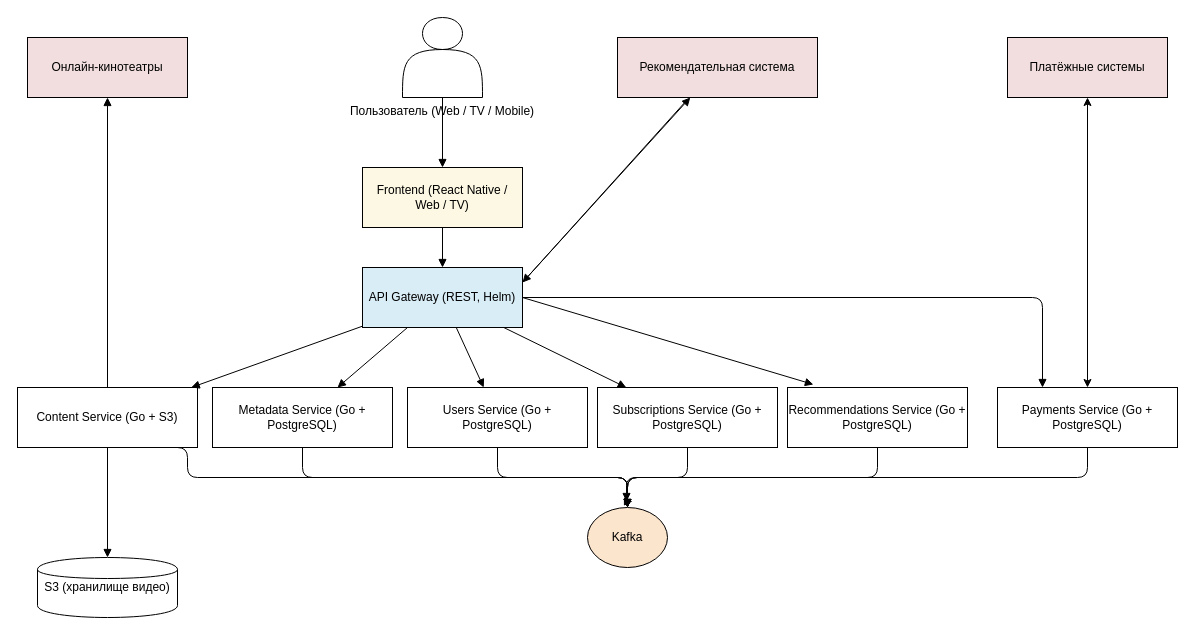
The draw.io diagram kinobezdna_to_be_architecture.drawio in hisamatsu-ya/IG_Sprint2, before the edit. Source tidied: cells renumbered, new cells numbered last; positions are measured from the earlier drawing's top-left corner, leaving out a move shared by most shapes. Both pictures are drawn from the tidied source at 100%, with x=0, y=0 at pixel (17, 17).
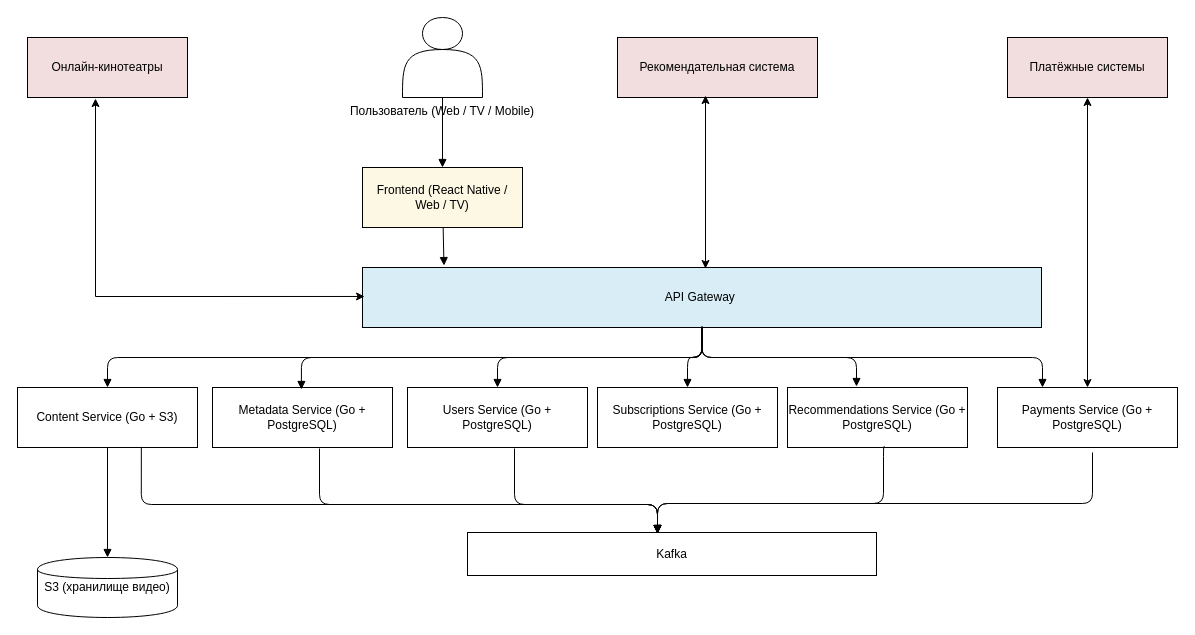
Above is the later version.

Unchanged cells that the change refers to:
```xml
<mxCell id="3" value="Frontend (React Native / Web / TV)" style="shape=rectangle;whiteSpace=wrap;html=1;fillColor=#FCF8E3;" parent="1" vertex="1">
  <mxGeometry x="345" y="150" width="160" height="60" as="geometry" />
</mxCell>
<mxCell id="5" value="Users Service (Go + PostgreSQL)" style="shape=rectangle;whiteSpace=wrap;html=1;" parent="1" vertex="1">
  <mxGeometry x="390" y="370" width="180" height="60" as="geometry" />
</mxCell>
<mxCell id="6" value="Subscriptions Service (Go + PostgreSQL)" style="shape=rectangle;whiteSpace=wrap;html=1;" parent="1" vertex="1">
  <mxGeometry x="580" y="370" width="180" height="60" as="geometry" />
</mxCell>
<mxCell id="7" value="Metadata Service (Go + PostgreSQL)" style="shape=rectangle;whiteSpace=wrap;html=1;" parent="1" vertex="1">
  <mxGeometry x="195" y="370" width="180" height="60" as="geometry" />
</mxCell>
<mxCell id="8" value="Content Service (Go + S3)" style="shape=rectangle;whiteSpace=wrap;html=1;" parent="1" vertex="1">
  <mxGeometry y="370" width="180" height="60" as="geometry" />
</mxCell>
<mxCell id="10" value="Рекомендательная система" style="shape=rectangle;whiteSpace=wrap;html=1;fillColor=#F2DEDE;" parent="1" vertex="1">
  <mxGeometry x="600" y="20" width="200" height="60" as="geometry" />
</mxCell>
<mxCell id="13" value="Онлайн-кинотеатры" style="shape=rectangle;whiteSpace=wrap;html=1;fillColor=#F2DEDE;" parent="1" vertex="1">
  <mxGeometry x="10" y="20" width="160" height="60" as="geometry" />
</mxCell>
<mxCell id="28" value="Payments Service (Go + PostgreSQL)" style="shape=rectangle;whiteSpace=wrap;html=1;" parent="1" vertex="1">
  <mxGeometry x="980" y="370" width="180" height="60" as="geometry" />
</mxCell>
<mxCell id="31" value="Recommendations Service (Go + PostgreSQL)" style="shape=rectangle;whiteSpace=wrap;html=1;" parent="1" vertex="1">
  <mxGeometry x="770" y="370" width="180" height="60" as="geometry" />
</mxCell>
```

Change to the diagram source:
```diff
@@
-    <mxCell id="4" value="API Gateway (REST, Helm)" style="shape=rectangle;whiteSpace=wrap;html=1;fillColor=#D9EDF7;" parent="1" vertex="1">
-      <mxGeometry x="345" y="250" width="160" height="60" as="geometry" />
+    <mxCell id="4" value="API Gateway&amp;nbsp;" style="shape=rectangle;whiteSpace=wrap;html=1;fillColor=#D9EDF7;" parent="1" vertex="1">
+      <mxGeometry x="345" y="250" width="679" height="60" as="geometry" />
     </mxCell>
@@
-    <mxCell id="9" value="Kafka" style="ellipse;whiteSpace=wrap;html=1;fillColor=#FCE5CD;" parent="1" vertex="1">
-      <mxGeometry x="570" y="490" width="80" height="60" as="geometry" />
-    </mxCell>
@@
-    <mxCell id="15" style="endArrow=block;" parent="1" edge="1" source="3" target="4">
+    <mxCell id="15" style="endArrow=block;entryX=0.12;entryY=-0.032;entryDx=0;entryDy=0;entryPerimeter=0;" parent="1" edge="1" source="3" target="4">
       <mxGeometry relative="1" as="geometry" />
     </mxCell>
-    <mxCell id="16" style="endArrow=block;" parent="1" edge="1" source="4" target="5">
+    <mxCell id="16" style="endArrow=block;edgeStyle=orthogonalEdgeStyle;" parent="1" edge="1" source="4" target="5">
       <mxGeometry relative="1" as="geometry" />
     </mxCell>
-    <mxCell id="17" style="endArrow=block;" parent="1" edge="1" source="4" target="6">
+    <mxCell id="17" style="endArrow=block;edgeStyle=orthogonalEdgeStyle;" parent="1" edge="1" source="4" target="6">
       <mxGeometry relative="1" as="geometry" />
     </mxCell>
     <mxCell id="18" style="endArrow=block;entryX=0.25;entryY=0;entryDx=0;entryDy=0;edgeStyle=orthogonalEdgeStyle;" parent="1" edge="1" source="4" target="28">
-      <mxGeometry relative="1" as="geometry" />
+      <mxGeometry relative="1" as="geometry">
+        <Array as="points">
+          <mxPoint x="684" y="340" />
+          <mxPoint x="1025" y="340" />
+        </Array>
+      </mxGeometry>
     </mxCell>
-    <mxCell id="19" style="endArrow=block;" parent="1" edge="1" source="4" target="7">
+    <mxCell id="19" style="endArrow=block;entryX=0.494;entryY=0.033;entryDx=0;entryDy=0;entryPerimeter=0;edgeStyle=orthogonalEdgeStyle;" parent="1" edge="1" source="4" target="7">
       <mxGeometry relative="1" as="geometry" />
     </mxCell>
-    <mxCell id="20" style="endArrow=block;" parent="1" edge="1" source="4" target="8">
-      <mxGeometry relative="1" as="geometry" />
+    <mxCell id="20" style="endArrow=block;edgeStyle=orthogonalEdgeStyle;" parent="1" edge="1" target="8">
+      <mxGeometry relative="1" as="geometry">
+        <mxPoint x="685" y="314" as="sourcePoint" />
+        <Array as="points">
+          <mxPoint x="685" y="310" />
+          <mxPoint x="685" y="340" />
+          <mxPoint x="90" y="340" />
+        </Array>
+      </mxGeometry>
     </mxCell>
-    <mxCell id="21" style="endArrow=block;edgeStyle=orthogonalEdgeStyle;" parent="1" edge="1" source="5" target="9">
-      <mxGeometry relative="1" as="geometry" />
-    </mxCell>
-    <mxCell id="22" style="endArrow=block;edgeStyle=orthogonalEdgeStyle;" parent="1" edge="1" source="6" target="9">
-      <mxGeometry relative="1" as="geometry" />
-    </mxCell>
-    <mxCell id="23" style="endArrow=block;edgeStyle=orthogonalEdgeStyle;" parent="1" edge="1" source="28" target="9">
-      <mxGeometry relative="1" as="geometry">
-        <Array as="points">
-          <mxPoint x="1070" y="460" />
-          <mxPoint x="610" y="460" />
-        </Array>
-      </mxGeometry>
-    </mxCell>
-    <mxCell id="24" style="endArrow=block;edgeStyle=orthogonalEdgeStyle;" parent="1" edge="1" source="7" target="9">
+    <mxCell id="24" style="endArrow=block;edgeStyle=orthogonalEdgeStyle;entryX=0.424;entryY=-0.003;entryDx=0;entryDy=0;entryPerimeter=0;" parent="1" edge="1">
       <mxGeometry relative="1" as="geometry">
+        <mxPoint x="302" y="431" as="sourcePoint" />
+        <mxPoint x="640.4" y="515.9" as="targetPoint" />
         <Array as="points">
-          <mxPoint x="285" y="460" />
-          <mxPoint x="610" y="460" />
+          <mxPoint x="302" y="487" />
+          <mxPoint x="640" y="487" />
+          <mxPoint x="640" y="509" />
         </Array>
       </mxGeometry>
     </mxCell>
-    <mxCell id="25" style="endArrow=block;exitX=1;exitY=0.25;exitDx=0;exitDy=0;" parent="1" edge="1" source="4" target="10">
-      <mxGeometry relative="1" as="geometry" />
-    </mxCell>
@@
-    <mxCell id="27" style="endArrow=block;edgeStyle=orthogonalEdgeStyle;" parent="1" edge="1" source="8" target="13">
-      <mxGeometry relative="1" as="geometry" />
-    </mxCell>
@@
-    <mxCell id="29" style="endArrow=block;exitX=0.5;exitY=1;exitDx=0;exitDy=0;entryX=0.563;entryY=-0.1;entryDx=0;entryDy=0;edgeStyle=orthogonalEdgeStyle;entryPerimeter=0;" parent="1" edge="1" source="8" target="9">
+    <mxCell id="29" style="endArrow=block;exitX=0.688;exitY=0.99;exitDx=0;exitDy=0;edgeStyle=orthogonalEdgeStyle;exitPerimeter=0;" parent="1" edge="1" source="8">
       <mxGeometry relative="1" as="geometry">
+        <mxPoint x="640" y="516" as="targetPoint" />
         <Array as="points">
-          <mxPoint x="170" y="430" />
-          <mxPoint x="170" y="460" />
-          <mxPoint x="610" y="460" />
-          <mxPoint x="610" y="484" />
+          <mxPoint x="124" y="487" />
+          <mxPoint x="640" y="487" />
         </Array>
       </mxGeometry>
     </mxCell>
-    <mxCell id="30" style="endArrow=block;exitX=0.345;exitY=1.05;exitDx=0;exitDy=0;exitPerimeter=0;entryX=1;entryY=0.25;entryDx=0;entryDy=0;" parent="1" edge="1" source="10" target="4">
-      <mxGeometry relative="1" as="geometry" />
-    </mxCell>
@@
-    <mxCell id="32" style="endArrow=block;entryX=0.144;entryY=-0.05;entryDx=0;entryDy=0;entryPerimeter=0;exitX=1;exitY=0.5;exitDx=0;exitDy=0;" parent="1" edge="1" source="4" target="31">
-      <mxGeometry relative="1" as="geometry" />
+    <mxCell id="32" style="endArrow=block;edgeStyle=orthogonalEdgeStyle;" parent="1" edge="1">
+      <mxGeometry relative="1" as="geometry">
+        <mxPoint x="685" y="310" as="sourcePoint" />
+        <mxPoint x="839" y="369" as="targetPoint" />
+        <Array as="points">
+          <mxPoint x="684" y="309" />
+          <mxPoint x="684" y="340" />
+          <mxPoint x="839" y="340" />
+        </Array>
+      </mxGeometry>
     </mxCell>
-    <mxCell id="33" style="endArrow=block;edgeStyle=orthogonalEdgeStyle;entryX=0.488;entryY=-0.1;entryDx=0;entryDy=0;entryPerimeter=0;exitX=0.5;exitY=1;exitDx=0;exitDy=0;" parent="1" edge="1" source="31" target="9">
-      <mxGeometry relative="1" as="geometry" />
+    <mxCell id="33" style="endArrow=block;edgeStyle=orthogonalEdgeStyle;" parent="1" edge="1">
+      <mxGeometry relative="1" as="geometry">
+        <mxPoint x="867" y="429" as="sourcePoint" />
+        <mxPoint x="640" y="516" as="targetPoint" />
+        <Array as="points">
+          <mxPoint x="866" y="429" />
+          <mxPoint x="866" y="486" />
+          <mxPoint x="640" y="486" />
+        </Array>
+      </mxGeometry>
     </mxCell>
@@
+    <mxCell id="35" style="endArrow=block;edgeStyle=orthogonalEdgeStyle;" parent="1" edge="1">
+      <mxGeometry relative="1" as="geometry">
+        <mxPoint x="497" y="431" as="sourcePoint" />
+        <mxPoint x="640" y="516" as="targetPoint" />
+        <Array as="points">
+          <mxPoint x="497" y="487" />
+          <mxPoint x="640" y="487" />
+        </Array>
+      </mxGeometry>
+    </mxCell>
+    <mxCell id="9" value="Kafka" style="rounded=0;whiteSpace=wrap;html=1;" parent="1" vertex="1">
+      <mxGeometry x="450" y="515" width="409" height="43" as="geometry" />
+    </mxCell>
+    <mxCell id="36" style="endArrow=classic;startArrow=classic;html=1;rounded=0;exitX=0.425;exitY=1.017;exitDx=0;exitDy=0;entryX=0.003;entryY=0.483;entryDx=0;entryDy=0;exitPerimeter=0;entryPerimeter=0;edgeStyle=orthogonalEdgeStyle;" parent="1" edge="1" source="13" target="4">
+      <mxGeometry relative="1" as="geometry">
+        <Array as="points">
+          <mxPoint x="78" y="279" />
+        </Array>
+      </mxGeometry>
+    </mxCell>
+    <mxCell id="37" style="endArrow=classic;startArrow=classic;html=1;rounded=0;entryX=0.44;entryY=0.967;entryDx=0;entryDy=0;entryPerimeter=0;" parent="1" edge="1" target="10">
+      <mxGeometry relative="1" as="geometry">
+        <mxPoint x="688" y="251" as="sourcePoint" />
+      </mxGeometry>
+    </mxCell>
+    <mxCell id="38" style="endArrow=block;exitX=0.522;exitY=0.96;exitDx=0;exitDy=0;exitPerimeter=0;edgeStyle=orthogonalEdgeStyle;" parent="1" edge="1">
+      <mxGeometry relative="1" as="geometry">
+        <mxPoint x="1075" y="435" as="sourcePoint" />
+        <mxPoint x="640" y="516.4" as="targetPoint" />
+        <Array as="points">
+          <mxPoint x="1075" y="486" />
+          <mxPoint x="640" y="486" />
+        </Array>
+      </mxGeometry>
+    </mxCell>
```
